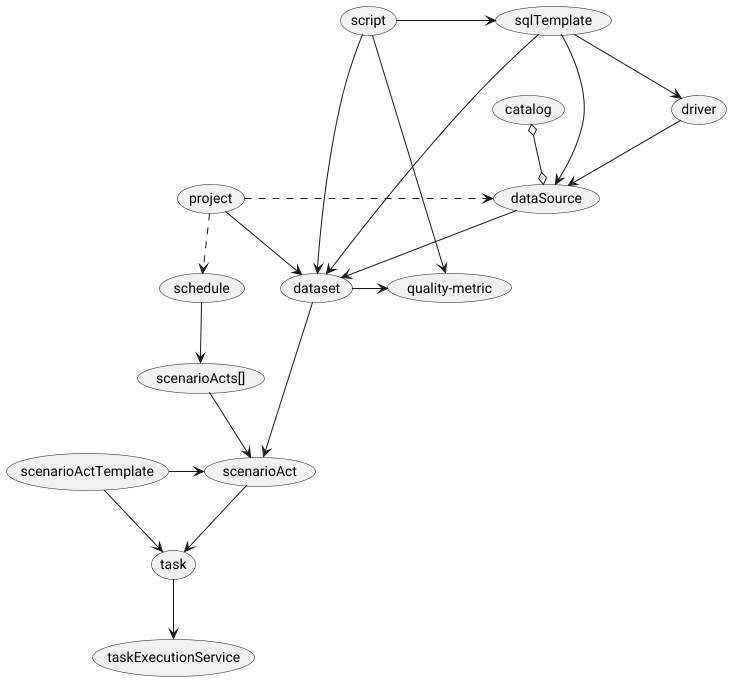
Earlier version of the PlantUML export doc/entities_design/logical_entities_dependency.png (zaytsevdmitry/lakehouse).
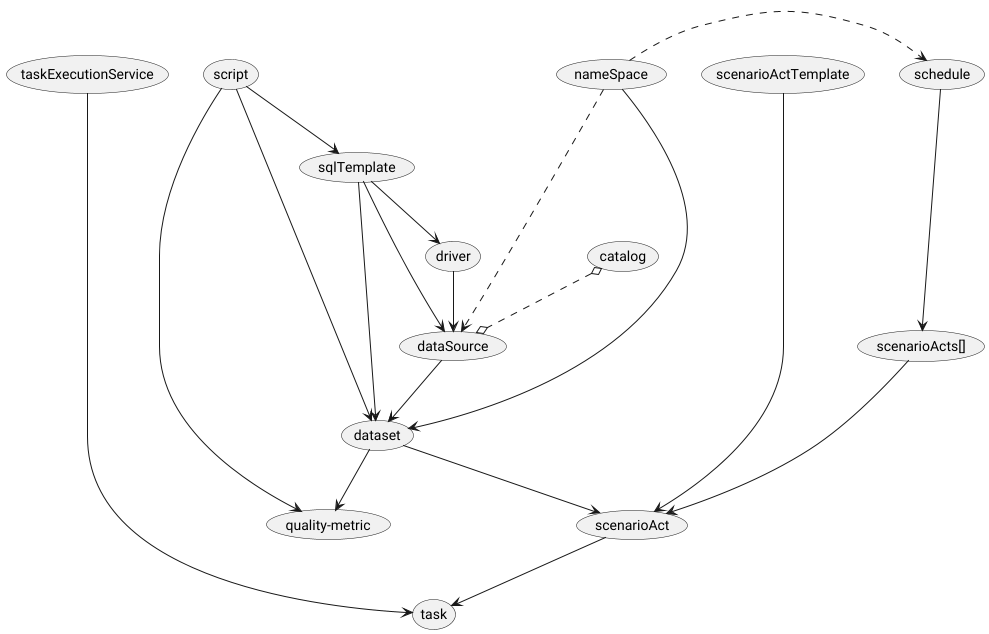
After the change.

Diff of the diagram source:
```diff
@@ -1,22 +1,21 @@
 @startuml
 (script) -> (dataset)
-(script) -> (sqlTemplate)
+(script) --> (sqlTemplate)
 (script) -> (quality-metric)
 (schedule) --> (scenarioActs[])
 (scenarioActs[]) --> (scenarioAct)
-(scenarioActTemplate) -> (scenarioAct)
-(scenarioActTemplate) -> (task)
+(scenarioActTemplate) ------> (scenarioAct)
 (scenarioAct) --> (task)
-(task)-->(taskExecutionService)
-(dataset) -> (scenarioAct)
-(dataset)->(quality-metric)
+(taskExecutionService)------->(task)
+(dataset) --> (scenarioAct)
+(dataset) -->(quality-metric)
 (dataSource) --> (dataset)
-(project) -> (dataset)
-(project) ..> (schedule)
+(nameSpace) -----> (dataset)
+(nameSpace) .> (schedule)
 (driver)-->(dataSource)
 (sqlTemplate) --> (driver)
 (sqlTemplate) --> (dataSource)
 (sqlTemplate) --> (dataset)
-(catalog) o--o  (dataSource)
-(project) .> (dataSource)
+(catalog) o..o  (dataSource)
+(nameSpace) .> (dataSource)
 @enduml
```
